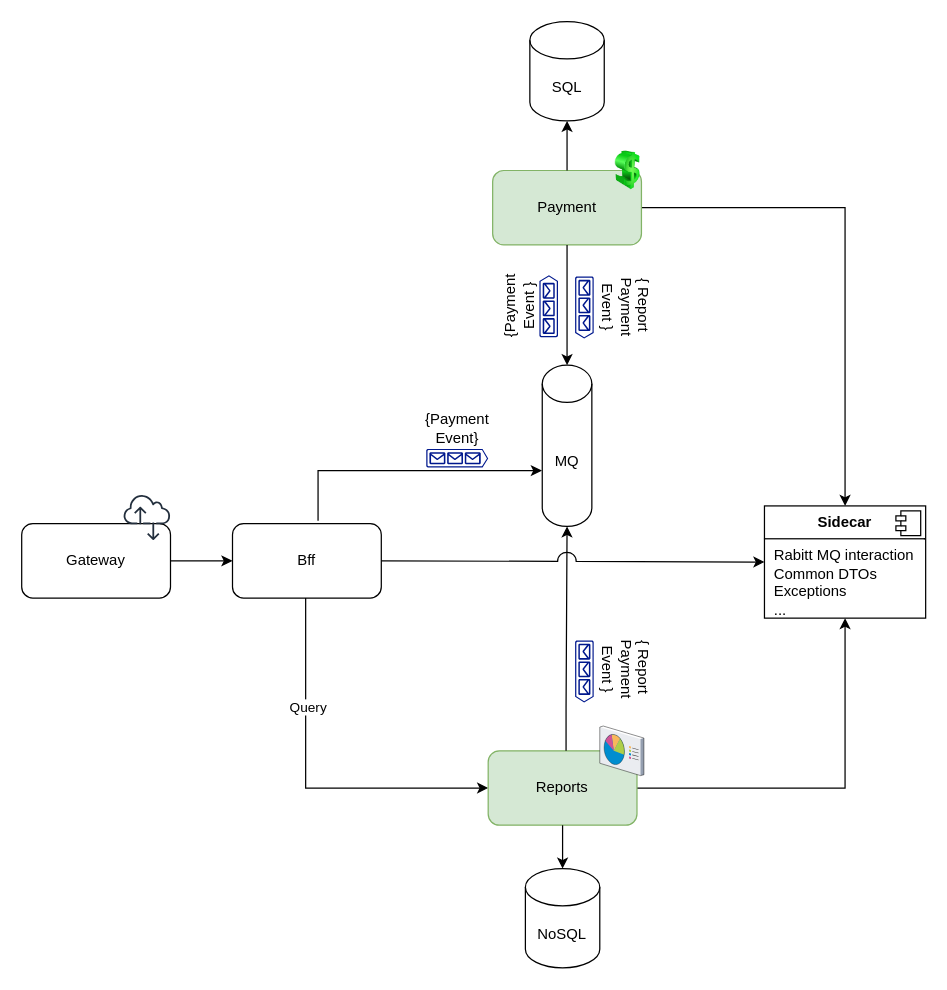
This is CashFlow.drawio from brunossc/CashFlow, a draw.io file, before an edit. Source tidied: cells renumbered, new cells numbered last; positions are measured from the earlier drawing's top-left corner, leaving out a move shared by most shapes. Both pictures are drawn from the tidied source at 124%, with x=0, y=0 at pixel (21, 21).
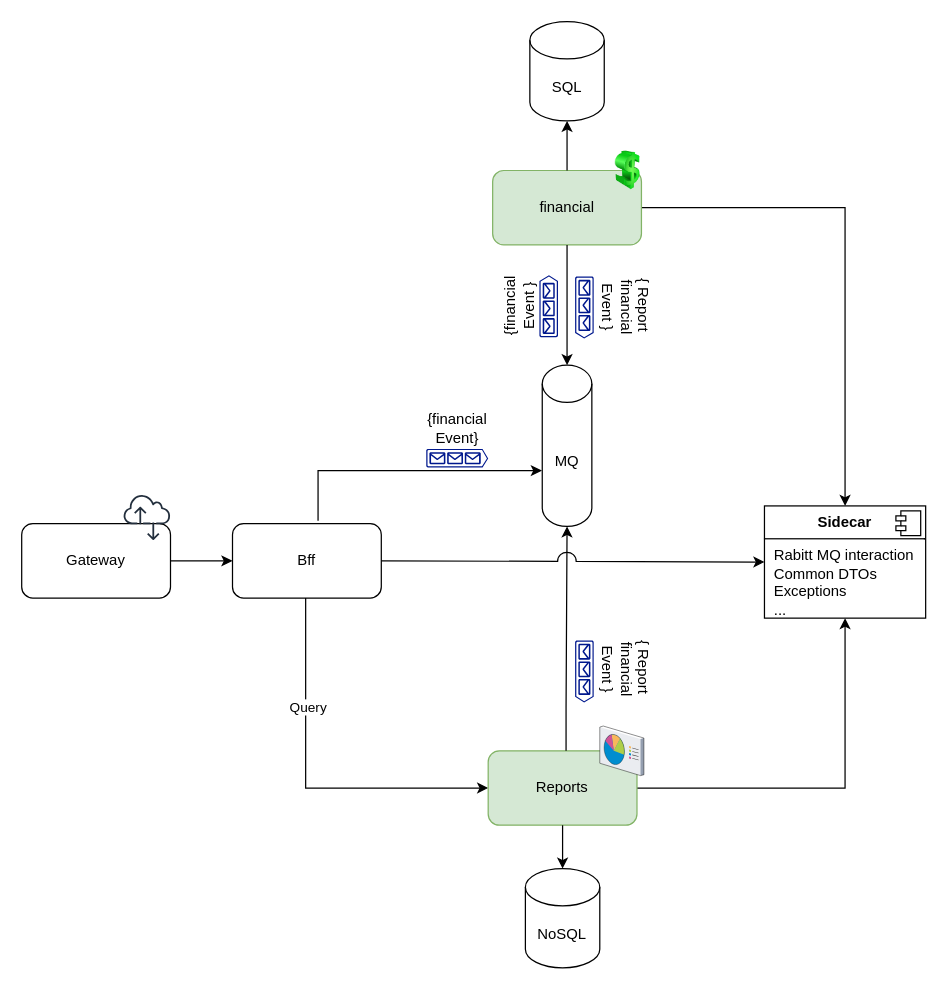
The same diagram, later.

Diff of the diagram source:
```diff
@@
-    <mxCell id="6" value="Payment" style="rounded=1;whiteSpace=wrap;html=1;fillColor=#d5e8d4;strokeColor=#82b366;" parent="1" vertex="1">
+    <mxCell id="6" value="financial" style="rounded=1;whiteSpace=wrap;html=1;fillColor=#d5e8d4;strokeColor=#82b366;" parent="1" vertex="1">
       <mxGeometry x="379.8" y="120" width="120" height="60" as="geometry" />
     </mxCell>
@@
-    <mxCell id="25" value="{Payment Event}" style="text;html=1;align=center;verticalAlign=middle;whiteSpace=wrap;rounded=0;" parent="1" vertex="1">
+    <mxCell id="25" value="{financial Event}" style="text;html=1;align=center;verticalAlign=middle;whiteSpace=wrap;rounded=0;" parent="1" vertex="1">
       <mxGeometry x="316.6" y="313" width="69.2" height="30" as="geometry" />
     </mxCell>
-    <mxCell id="26" value="{Payment Event }" style="text;html=1;align=center;verticalAlign=middle;whiteSpace=wrap;rounded=0;rotation=-90;" parent="1" vertex="1">
+    <mxCell id="26" value="{financial Event }" style="text;html=1;align=center;verticalAlign=middle;whiteSpace=wrap;rounded=0;rotation=-90;" parent="1" vertex="1">
       <mxGeometry x="370.8" y="214.5" width="60" height="30" as="geometry" />
     </mxCell>
-    <mxCell id="27" value="{ Report&amp;nbsp; Payment Event }" style="text;html=1;align=center;verticalAlign=middle;whiteSpace=wrap;rounded=0;rotation=90;" parent="1" vertex="1">
+    <mxCell id="27" value="{ Report&amp;nbsp; financial Event }" style="text;html=1;align=center;verticalAlign=middle;whiteSpace=wrap;rounded=0;rotation=90;" parent="1" vertex="1">
       <mxGeometry x="458" y="215.5" width="60" height="30" as="geometry" />
     </mxCell>
-    <mxCell id="28" value="{ Report&amp;nbsp; Payment Event }" style="text;html=1;align=center;verticalAlign=middle;whiteSpace=wrap;rounded=0;rotation=90;" parent="1" vertex="1">
+    <mxCell id="28" value="{ Report&amp;nbsp; financial Event }" style="text;html=1;align=center;verticalAlign=middle;whiteSpace=wrap;rounded=0;rotation=90;" parent="1" vertex="1">
       <mxGeometry x="458" y="507.5" width="60" height="30" as="geometry" />
     </mxCell>
```
